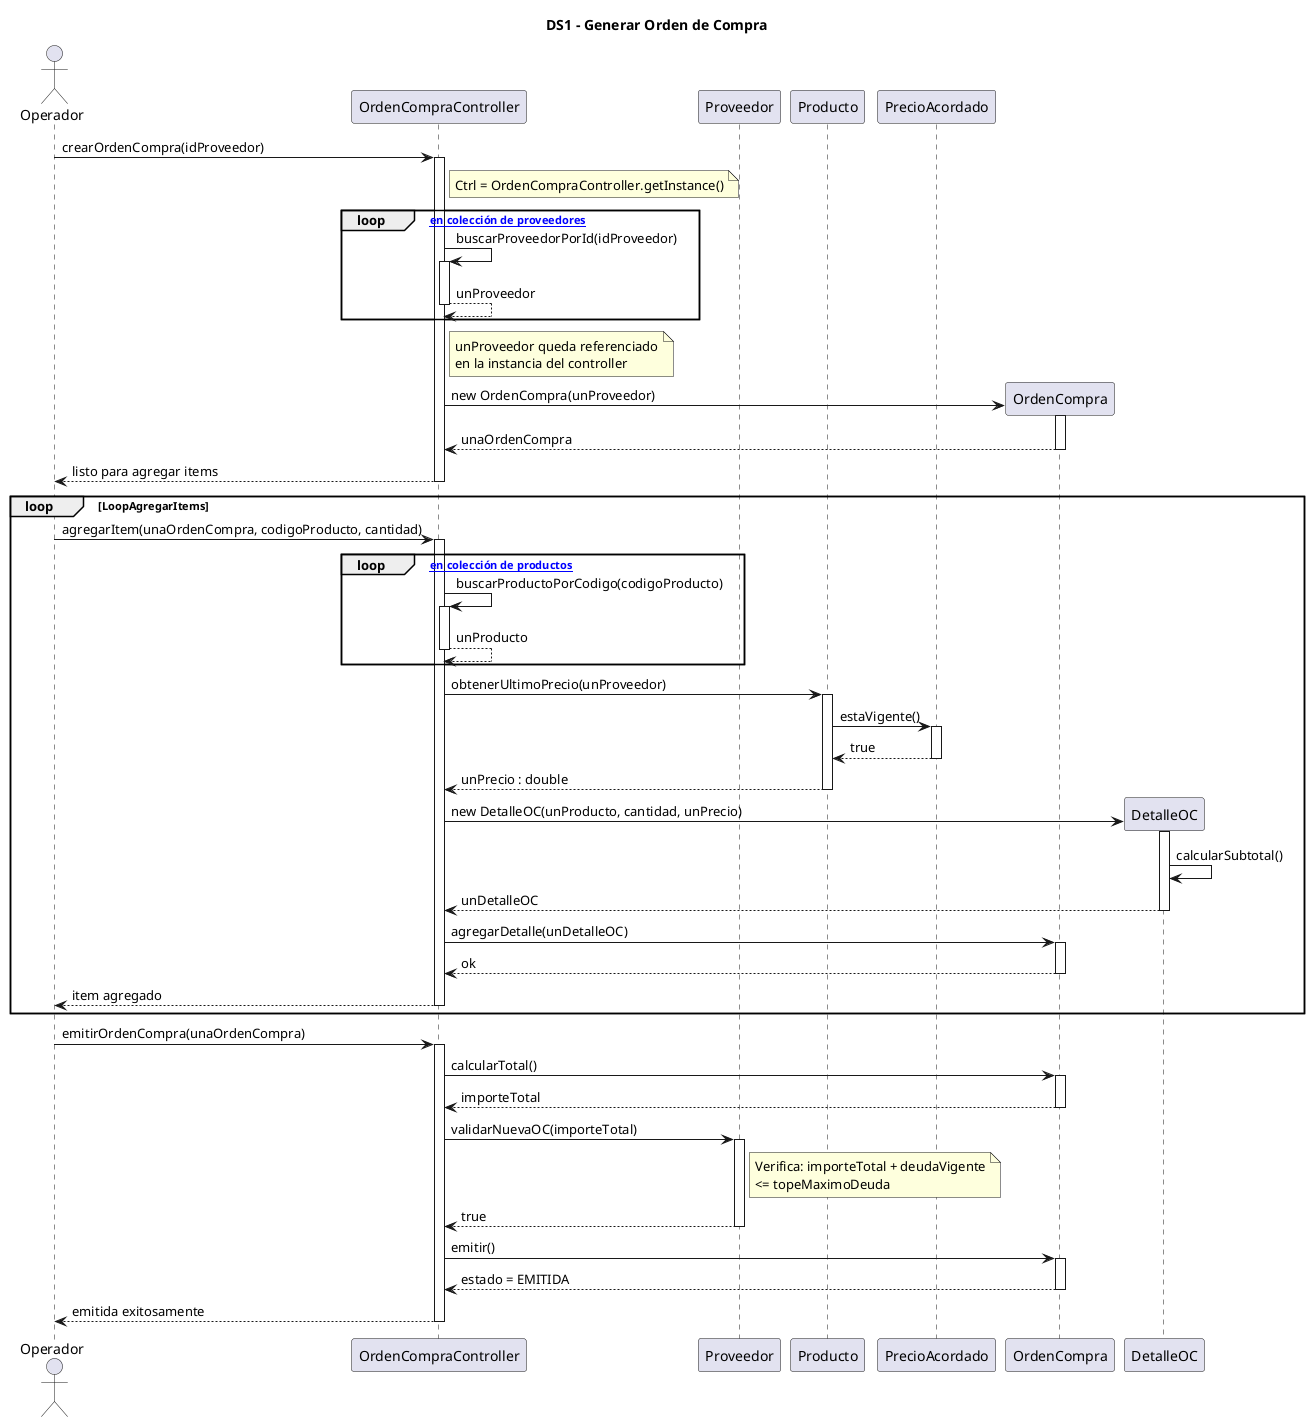
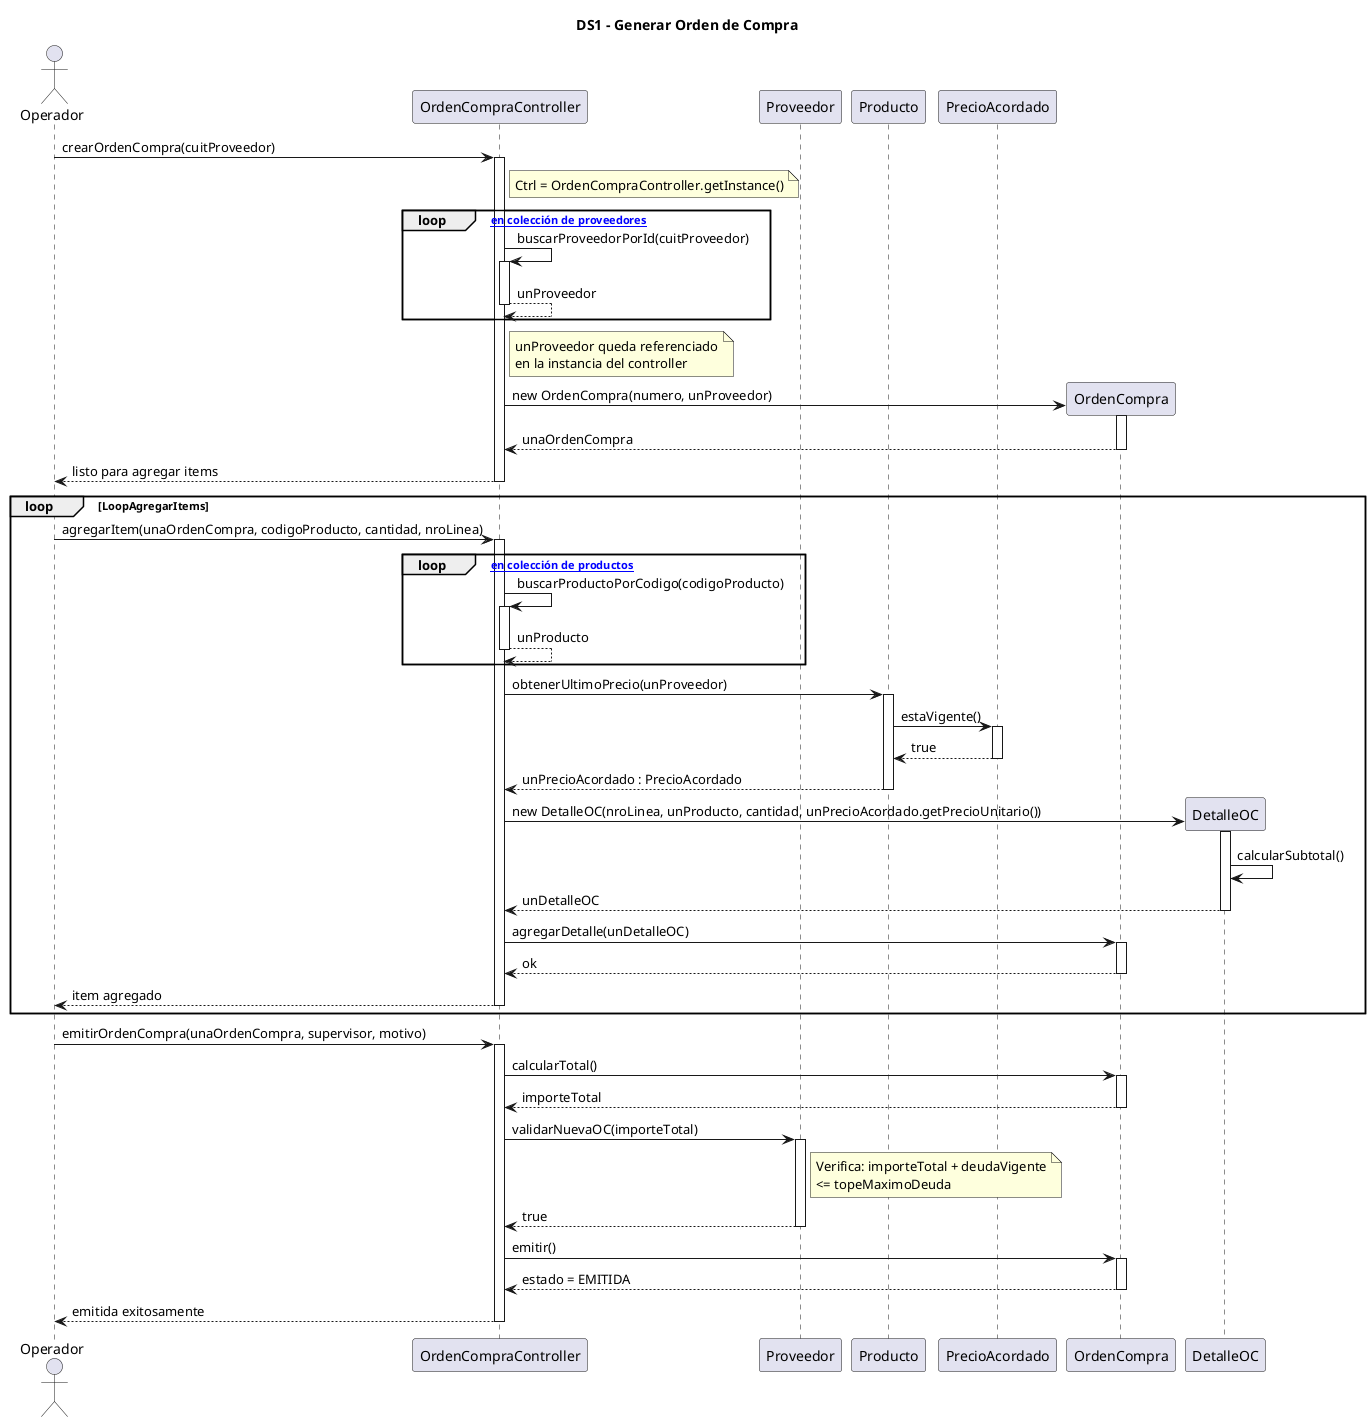
@startuml DS1_GenerarOrdenCompra
title DS1 - Generar Orden de Compra

actor Operador
participant "OrdenCompraController" as Ctrl
participant Proveedor
participant Producto
participant PrecioAcordado
participant OrdenCompra
participant DetalleOC

' ---- crearOrdenCompra ----
- Operador -> Ctrl : crearOrdenCompra(idProveedor)
+ Operador -> Ctrl : crearOrdenCompra(cuitProveedor)
activate Ctrl
    note right of Ctrl
        Ctrl = OrdenCompraController.getInstance()
    end note
    loop [buscar en colección de proveedores]
-         Ctrl -> Ctrl : buscarProveedorPorId(idProveedor)
+         Ctrl -> Ctrl : buscarProveedorPorId(cuitProveedor)
        activate Ctrl
            Ctrl --> Ctrl : unProveedor
        deactivate Ctrl
    end
    note right of Ctrl
        unProveedor queda referenciado
        en la instancia del controller
    end note
    create OrdenCompra
-     Ctrl -> OrdenCompra : new OrdenCompra(unProveedor)
+     Ctrl -> OrdenCompra : new OrdenCompra(numero, unProveedor)
    activate OrdenCompra
        OrdenCompra --> Ctrl : unaOrdenCompra
    deactivate OrdenCompra
    Ctrl --> Operador : listo para agregar items
deactivate Ctrl

' ---- agregarItem (loop) ----
loop LoopAgregarItems
-     Operador -> Ctrl : agregarItem(unaOrdenCompra, codigoProducto, cantidad)
+     Operador -> Ctrl : agregarItem(unaOrdenCompra, codigoProducto, cantidad, nroLinea)
    activate Ctrl
        loop [buscar en colección de productos]
            Ctrl -> Ctrl : buscarProductoPorCodigo(codigoProducto)
            activate Ctrl
                Ctrl --> Ctrl : unProducto
            deactivate Ctrl
        end
        Ctrl -> Producto : obtenerUltimoPrecio(unProveedor)
        activate Producto
            Producto -> PrecioAcordado : estaVigente()
            activate PrecioAcordado
                PrecioAcordado --> Producto : true
            deactivate PrecioAcordado
-             Producto --> Ctrl : unPrecio : double
+             Producto --> Ctrl : unPrecioAcordado : PrecioAcordado
        deactivate Producto
        create DetalleOC
-         Ctrl -> DetalleOC : new DetalleOC(unProducto, cantidad, unPrecio)
+         Ctrl -> DetalleOC : new DetalleOC(nroLinea, unProducto, cantidad, unPrecioAcordado.getPrecioUnitario())
        activate DetalleOC
            DetalleOC -> DetalleOC : calcularSubtotal()
            DetalleOC --> Ctrl : unDetalleOC
        deactivate DetalleOC
        Ctrl -> OrdenCompra : agregarDetalle(unDetalleOC)
        activate OrdenCompra
            OrdenCompra --> Ctrl : ok
        deactivate OrdenCompra
        Ctrl --> Operador : item agregado
    deactivate Ctrl
end

' ---- emitirOrdenCompra ----
- Operador -> Ctrl : emitirOrdenCompra(unaOrdenCompra)
+ Operador -> Ctrl : emitirOrdenCompra(unaOrdenCompra, supervisor, motivo)
activate Ctrl
    Ctrl -> OrdenCompra : calcularTotal()
    activate OrdenCompra
        OrdenCompra --> Ctrl : importeTotal
    deactivate OrdenCompra
    Ctrl -> Proveedor : validarNuevaOC(importeTotal)
    activate Proveedor
        note right of Proveedor
            Verifica: importeTotal + deudaVigente
            <= topeMaximoDeuda
        end note
        Proveedor --> Ctrl : true
    deactivate Proveedor
    Ctrl -> OrdenCompra : emitir()
    activate OrdenCompra
        OrdenCompra --> Ctrl : estado = EMITIDA
    deactivate OrdenCompra
    Ctrl --> Operador : emitida exitosamente
deactivate Ctrl

@enduml
